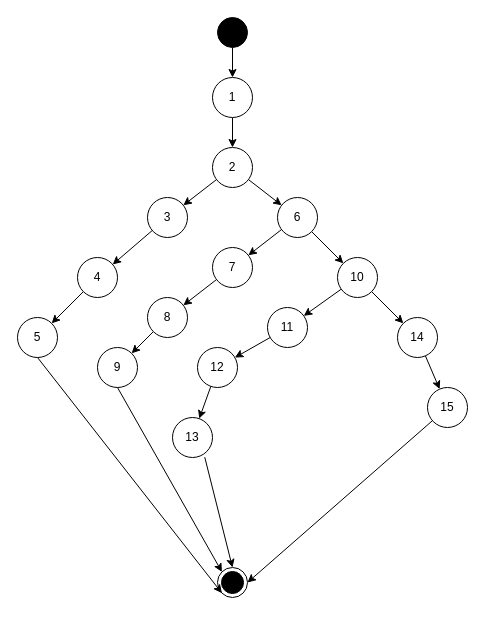
The draw.io diagram page "Page-1" (2 of 2) of KTPM.drawio in lmv2004/identify-service, before the edit. Source tidied: cells renumbered, new cells numbered last; positions are measured from the earlier drawing's top-left corner, leaving out a move shared by most shapes. Both pictures are drawn from the tidied source at 100%, with x=0, y=0 at pixel (17, 17).
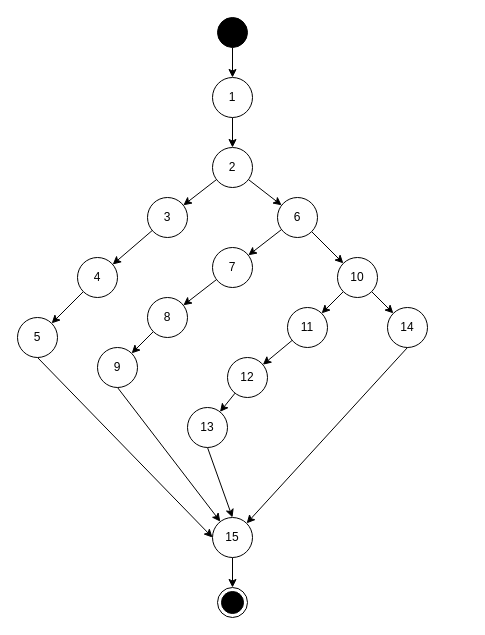
The same page after the edit.

Unchanged cells that the change refers to:
```xml
<mxCell id="15" value="5" style="ellipse;whiteSpace=wrap;html=1;" parent="1" vertex="1">
  <mxGeometry y="300" width="40" height="40" as="geometry" />
</mxCell>
<mxCell id="24" value="9" style="ellipse;whiteSpace=wrap;html=1;" parent="1" vertex="1">
  <mxGeometry x="80" y="330" width="40" height="40" as="geometry" />
</mxCell>
```

What changed in the source:
```diff
@@
-    <mxCell id="4" style="ellipse;html=1;shape=endState;fillColor=strokeColor;fontSize=11;labelPosition=left;verticalLabelPosition=middle;align=right;verticalAlign=middle;spacingRight=7;" parent="1" vertex="1">
-      <mxGeometry x="200" y="550" width="30" height="30" as="geometry" />
-    </mxCell>
@@
-    <mxCell id="12" style="rounded=0;jettySize=auto;html=1;exitX=0.5;exitY=1;exitDx=0;exitDy=0;entryX=0;entryY=1;entryDx=0;entryDy=0;" parent="1" edge="1" source="15" target="4">
+    <mxCell id="12" style="rounded=0;jettySize=auto;html=1;exitX=0.5;exitY=1;exitDx=0;exitDy=0;entryX=0;entryY=0.5;entryDx=0;entryDy=0;" parent="1" edge="1" source="15" target="37">
       <mxGeometry relative="1" as="geometry" />
     </mxCell>
@@
-    <mxCell id="23" style="rounded=0;jettySize=auto;html=1;entryX=0;entryY=0;entryDx=0;entryDy=0;exitX=0.5;exitY=1;exitDx=0;exitDy=0;" parent="1" edge="1" source="24" target="4">
+    <mxCell id="23" style="rounded=0;jettySize=auto;html=1;exitX=0.5;exitY=1;exitDx=0;exitDy=0;" parent="1" edge="1" source="24" target="37">
       <mxGeometry relative="1" as="geometry" />
     </mxCell>
@@
     <mxCell id="29" value="11" style="ellipse;whiteSpace=wrap;html=1;" parent="1" vertex="1">
-      <mxGeometry x="250" y="290" width="40" height="40" as="geometry" />
+      <mxGeometry x="270" y="290" width="40" height="40" as="geometry" />
     </mxCell>
@@
     <mxCell id="31" value="12" style="ellipse;whiteSpace=wrap;html=1;" parent="1" vertex="1">
-      <mxGeometry x="180" y="330" width="40" height="40" as="geometry" />
+      <mxGeometry x="210" y="340" width="40" height="40" as="geometry" />
     </mxCell>
-    <mxCell id="32" style="rounded=0;jettySize=auto;html=1;entryX=0.5;entryY=0;entryDx=0;entryDy=0;exitX=0.806;exitY=0.992;exitDx=0;exitDy=0;exitPerimeter=0;" parent="1" edge="1" source="33" target="4">
+    <mxCell id="32" style="rounded=0;jettySize=auto;html=1;entryX=0.5;entryY=0;entryDx=0;entryDy=0;exitX=0.5;exitY=1;exitDx=0;exitDy=0;" parent="1" edge="1" source="33" target="37">
       <mxGeometry relative="1" as="geometry" />
     </mxCell>
     <mxCell id="33" value="13" style="ellipse;whiteSpace=wrap;html=1;" parent="1" vertex="1">
-      <mxGeometry x="155" y="400" width="40" height="40" as="geometry" />
+      <mxGeometry x="170" y="390" width="40" height="40" as="geometry" />
     </mxCell>
-    <mxCell id="34" style="rounded=0;jettySize=auto;html=1;" parent="1" edge="1" source="35" target="37">
-      <mxGeometry relative="1" as="geometry" />
-    </mxCell>
     <mxCell id="35" value="14" style="ellipse;whiteSpace=wrap;html=1;" parent="1" vertex="1">
-      <mxGeometry x="380" y="300" width="40" height="40" as="geometry" />
+      <mxGeometry x="370" y="290" width="40" height="40" as="geometry" />
     </mxCell>
-    <mxCell id="36" style="rounded=0;jettySize=auto;html=1;entryX=1;entryY=0.5;entryDx=0;entryDy=0;" parent="1" edge="1" source="37" target="4">
+    <mxCell id="36" style="rounded=0;jettySize=auto;html=1;entryX=1;entryY=0;entryDx=0;entryDy=0;exitX=0.5;exitY=1;exitDx=0;exitDy=0;" parent="1" edge="1" source="35" target="37">
       <mxGeometry relative="1" as="geometry" />
     </mxCell>
+    <mxCell id="38" style="ellipse;html=1;shape=endState;fillColor=strokeColor;fontSize=11;labelPosition=left;verticalLabelPosition=middle;align=right;verticalAlign=middle;spacingRight=7;" parent="1" vertex="1">
+      <mxGeometry x="200" y="570" width="30" height="30" as="geometry" />
+    </mxCell>
+    <mxCell id="39" style="edgeStyle=orthogonalEdgeStyle;rounded=0;jettySize=auto;html=1;entryX=0.5;entryY=0;entryDx=0;entryDy=0;" parent="1" edge="1" source="37" target="38">
+      <mxGeometry relative="1" as="geometry" />
+    </mxCell>
     <mxCell id="37" value="15" style="ellipse;whiteSpace=wrap;html=1;" parent="1" vertex="1">
-      <mxGeometry x="410" y="370" width="40" height="40" as="geometry" />
+      <mxGeometry x="195" y="500" width="40" height="40" as="geometry" />
     </mxCell>
```
